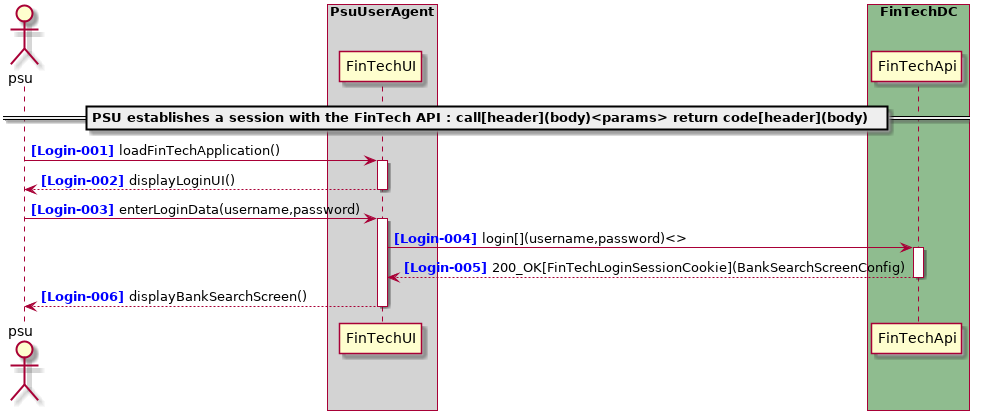
Above: doc/develop/architecture/diagrams/useCases/1-loginWithFinTech.png in adorsys/open-banking-gateway (PlantUML), before the change. Source of this version:
```plantuml
@startuml

autonumber "<b><color blue>[Login-000]</color></b>"
actor psu

box "PsuUserAgent" #LightGray
    participant "FinTechUI" as FinTechUI
end box
box "FinTechDC" #DarkSeaGreen
    participant "FinTechApi" as FinTechApi
end box
box "TppDC" #LightGray

end box
box "AspspDC" #LightSkyBlue
end box

== PSU establishes a session with the FinTech API : call[header](body)<params> return code[header](body) ==
psu -> FinTechUI ++ : loadFinTechApplication()
return displayLoginUI()
psu -> FinTechUI ++ : enterLoginData(username,password)
FinTechUI -> FinTechApi ++ : login[](username,password)<>
return 200_OK[FinTechLoginSessionCookie](BankSearchScreenConfig)
return displayBankSearchScreen()
@enduml
```
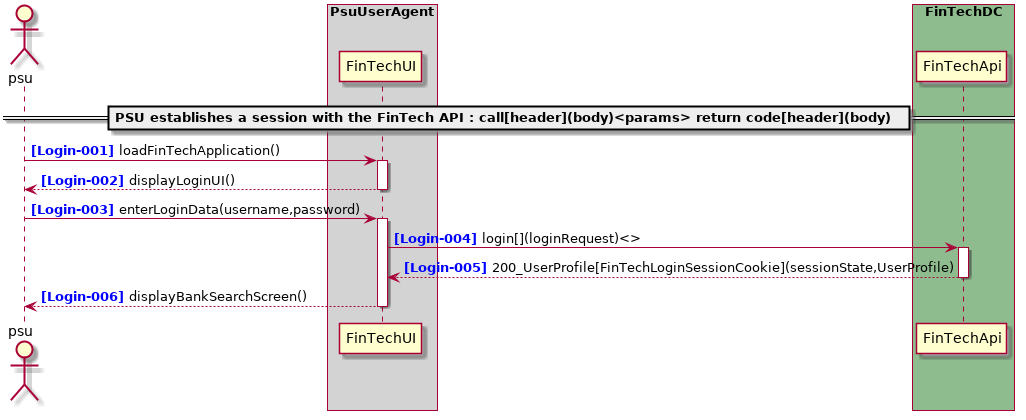
The same diagram one commit later.

Diff of the diagram source:
```diff
@@ -19,7 +19,7 @@
 psu -> FinTechUI ++ : loadFinTechApplication()
 return displayLoginUI()
 psu -> FinTechUI ++ : enterLoginData(username,password)
-FinTechUI -> FinTechApi ++ : login[](username,password)<>
-return 200_OK[FinTechLoginSessionCookie](BankSearchScreenConfig)
+FinTechUI -> FinTechApi ++ : login[](loginRequest)<>
+return 200_UserProfile[FinTechLoginSessionCookie](sessionState,UserProfile)
 return displayBankSearchScreen()
 @enduml
```
